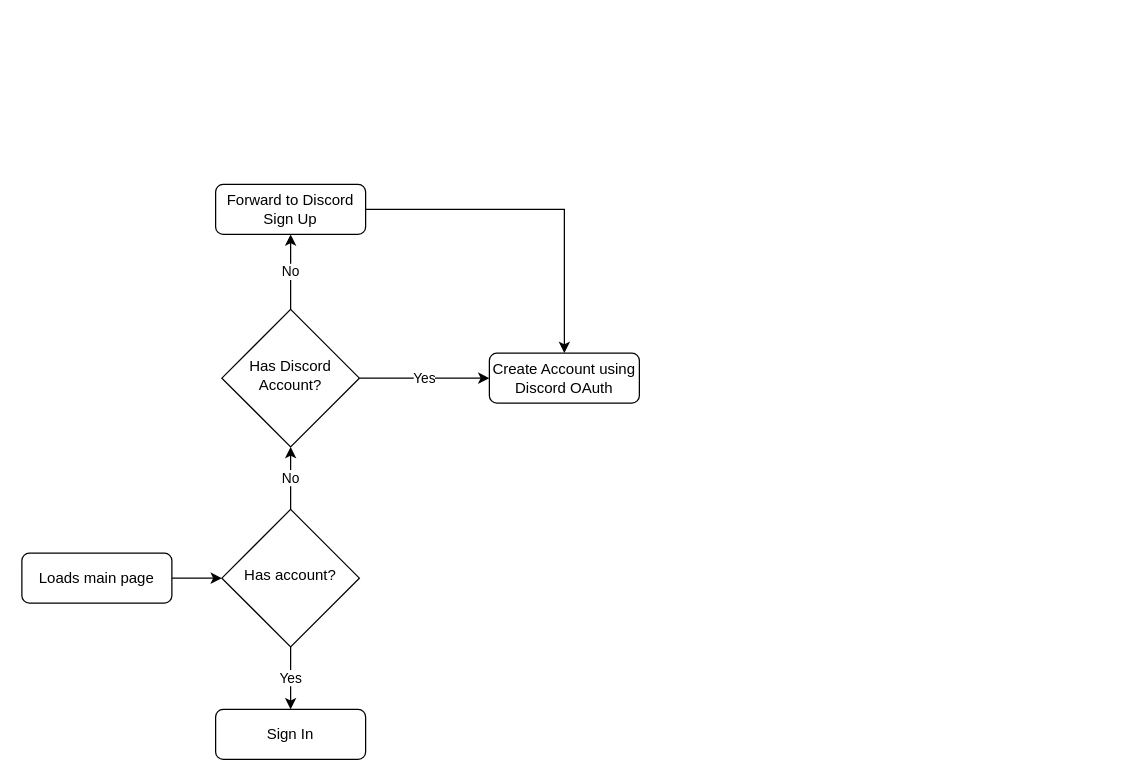
wrainford/lfg-application keeps this draw.io diagram as User Flow.drawio. Above is the earlier version. Source tidied: cells renumbered, new cells numbered last; positions are measured from the earlier drawing's top-left corner, leaving out a move shared by most shapes. Both pictures are drawn from the tidied source at 125%, with x=0, y=0 at pixel (21, 184).
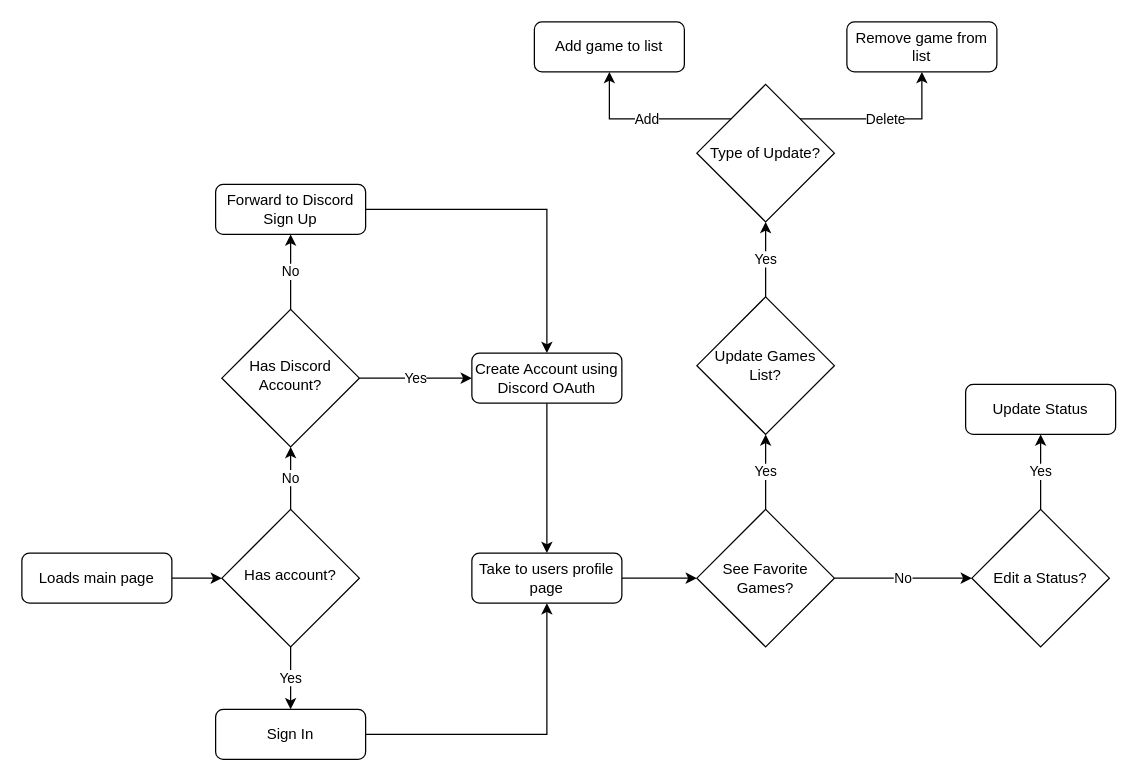
The same page after the edit.

Unchanged cells that the change refers to:
```xml
<mxCell id="8" value="Sign In" style="rounded=1;whiteSpace=wrap;html=1;" parent="1" vertex="1">
  <mxGeometry x="155" y="420" width="120" height="40" as="geometry" />
</mxCell>
```

The edit, as a diff of the source:
```diff
@@
+    <mxCell id="14" style="edgeStyle=orthogonalEdgeStyle;rounded=0;jettySize=auto;html=1;" parent="1" edge="1" source="7" target="17">
+      <mxGeometry relative="1" as="geometry" />
+    </mxCell>
     <mxCell id="7" value="Create Account using Discord OAuth" style="rounded=1;whiteSpace=wrap;html=1;fontSize=12;glass=0;strokeWidth=1;shadow=0;" parent="1" vertex="1">
-      <mxGeometry x="374" y="135" width="120" height="40" as="geometry" />
+      <mxGeometry x="360" y="135" width="120" height="40" as="geometry" />
     </mxCell>
+    <mxCell id="15" style="edgeStyle=orthogonalEdgeStyle;rounded=0;jettySize=auto;html=1;exitX=1;exitY=0.5;exitDx=0;exitDy=0;entryX=0.5;entryY=1;entryDx=0;entryDy=0;" parent="1" edge="1" source="8" target="17">
+      <mxGeometry relative="1" as="geometry" />
+    </mxCell>
@@
+    <mxCell id="16" style="edgeStyle=orthogonalEdgeStyle;rounded=0;jettySize=auto;html=1;exitX=1;exitY=0.5;exitDx=0;exitDy=0;entryX=0;entryY=0.5;entryDx=0;entryDy=0;" parent="1" edge="1" source="17" target="20">
+      <mxGeometry relative="1" as="geometry" />
+    </mxCell>
+    <mxCell id="17" value="Take to users profile page" style="whiteSpace=wrap;html=1;rounded=1;glass=0;strokeWidth=1;shadow=0;" parent="1" vertex="1">
+      <mxGeometry x="360" y="295" width="120" height="40" as="geometry" />
+    </mxCell>
+    <mxCell id="18" value="Yes" style="edgeStyle=orthogonalEdgeStyle;rounded=0;jettySize=auto;html=1;exitX=0.5;exitY=0;exitDx=0;exitDy=0;entryX=0.5;entryY=1;entryDx=0;entryDy=0;" parent="1" edge="1" source="20" target="24">
+      <mxGeometry relative="1" as="geometry" />
+    </mxCell>
+    <mxCell id="19" value="No" style="edgeStyle=orthogonalEdgeStyle;rounded=0;jettySize=auto;html=1;exitX=1;exitY=0.5;exitDx=0;exitDy=0;entryX=0;entryY=0.5;entryDx=0;entryDy=0;" parent="1" edge="1" source="20" target="22">
+      <mxGeometry relative="1" as="geometry" />
+    </mxCell>
+    <mxCell id="20" value="See Favorite Games?" style="rhombus;whiteSpace=wrap;html=1;" parent="1" vertex="1">
+      <mxGeometry x="540" y="260" width="110" height="110" as="geometry" />
+    </mxCell>
+    <mxCell id="21" value="Yes" style="edgeStyle=orthogonalEdgeStyle;rounded=0;jettySize=auto;html=1;exitX=0.5;exitY=0;exitDx=0;exitDy=0;entryX=0.5;entryY=1;entryDx=0;entryDy=0;" parent="1" edge="1" source="22" target="28">
+      <mxGeometry relative="1" as="geometry" />
+    </mxCell>
+    <mxCell id="22" value="Edit a Status?" style="rhombus;whiteSpace=wrap;html=1;" parent="1" vertex="1">
+      <mxGeometry x="760" y="260" width="110" height="110" as="geometry" />
+    </mxCell>
+    <mxCell id="23" value="Yes" style="edgeStyle=orthogonalEdgeStyle;rounded=0;jettySize=auto;html=1;" parent="1" edge="1" source="24" target="27">
+      <mxGeometry relative="1" as="geometry" />
+    </mxCell>
+    <mxCell id="24" value="Update Games List?" style="rhombus;whiteSpace=wrap;html=1;" parent="1" vertex="1">
+      <mxGeometry x="540" y="90" width="110" height="110" as="geometry" />
+    </mxCell>
+    <mxCell id="25" value="Delete" style="edgeStyle=orthogonalEdgeStyle;rounded=0;jettySize=auto;html=1;exitX=1;exitY=0;exitDx=0;exitDy=0;entryX=0.5;entryY=1;entryDx=0;entryDy=0;" parent="1" edge="1" source="27" target="30">
+      <mxGeometry relative="1" as="geometry" />
+    </mxCell>
+    <mxCell id="26" value="Add" style="edgeStyle=orthogonalEdgeStyle;rounded=0;jettySize=auto;html=1;exitX=0;exitY=0;exitDx=0;exitDy=0;entryX=0.5;entryY=1;entryDx=0;entryDy=0;" parent="1" edge="1" source="27" target="29">
+      <mxGeometry relative="1" as="geometry" />
+    </mxCell>
+    <mxCell id="27" value="Type of Update?" style="rhombus;whiteSpace=wrap;html=1;" parent="1" vertex="1">
+      <mxGeometry x="540" y="-80" width="110" height="110" as="geometry" />
+    </mxCell>
+    <mxCell id="28" value="Update Status" style="rounded=1;whiteSpace=wrap;html=1;" parent="1" vertex="1">
+      <mxGeometry x="755" y="160" width="120" height="40" as="geometry" />
+    </mxCell>
+    <mxCell id="29" value="Add game to list" style="rounded=1;whiteSpace=wrap;html=1;" parent="1" vertex="1">
+      <mxGeometry x="410" y="-130" width="120" height="40" as="geometry" />
+    </mxCell>
+    <mxCell id="30" value="Remove game from list" style="rounded=1;whiteSpace=wrap;html=1;" parent="1" vertex="1">
+      <mxGeometry x="660" y="-130" width="120" height="40" as="geometry" />
+    </mxCell>
```
